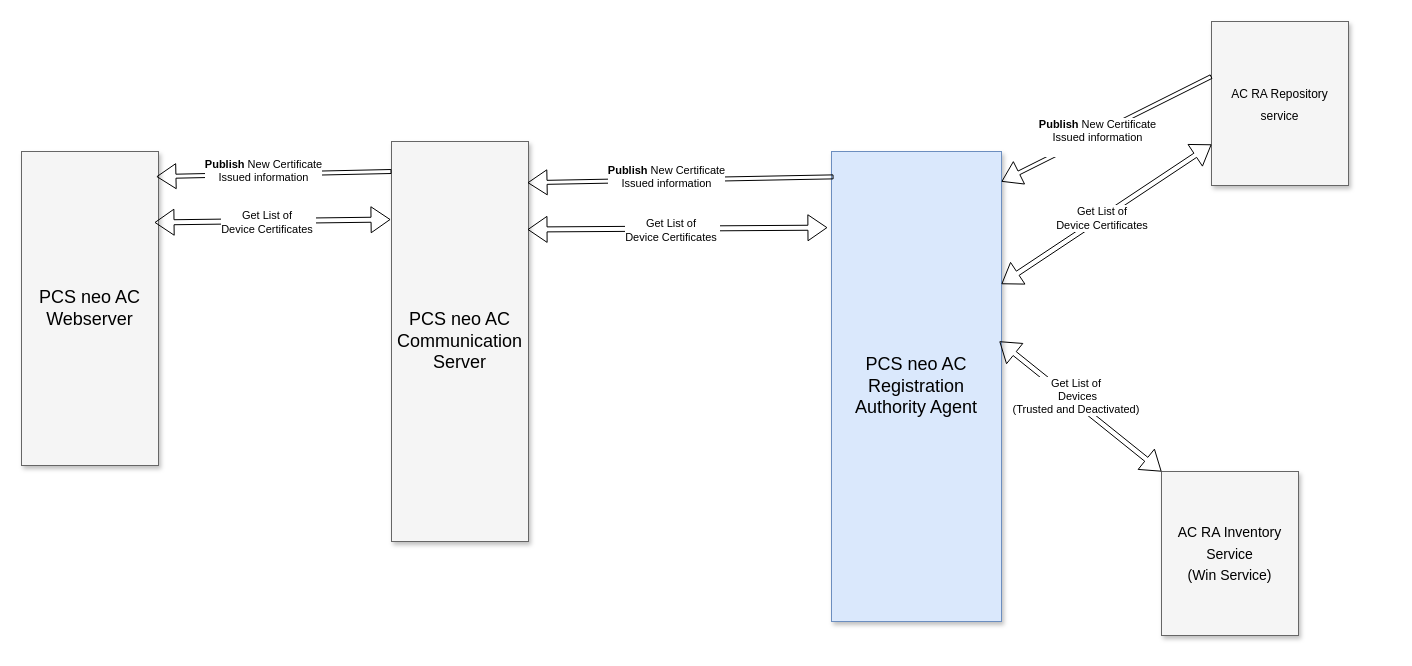
Earlier version of the draw.io diagram PCS neo AC RA Agent.drawio (kcprad/PersonalProject). Source tidied: cells renumbered, new cells numbered last; positions are measured from the earlier drawing's top-left corner, leaving out a move shared by most shapes. Both pictures are drawn from the tidied source at 100%, with x=0, y=0 at pixel (21, 21).
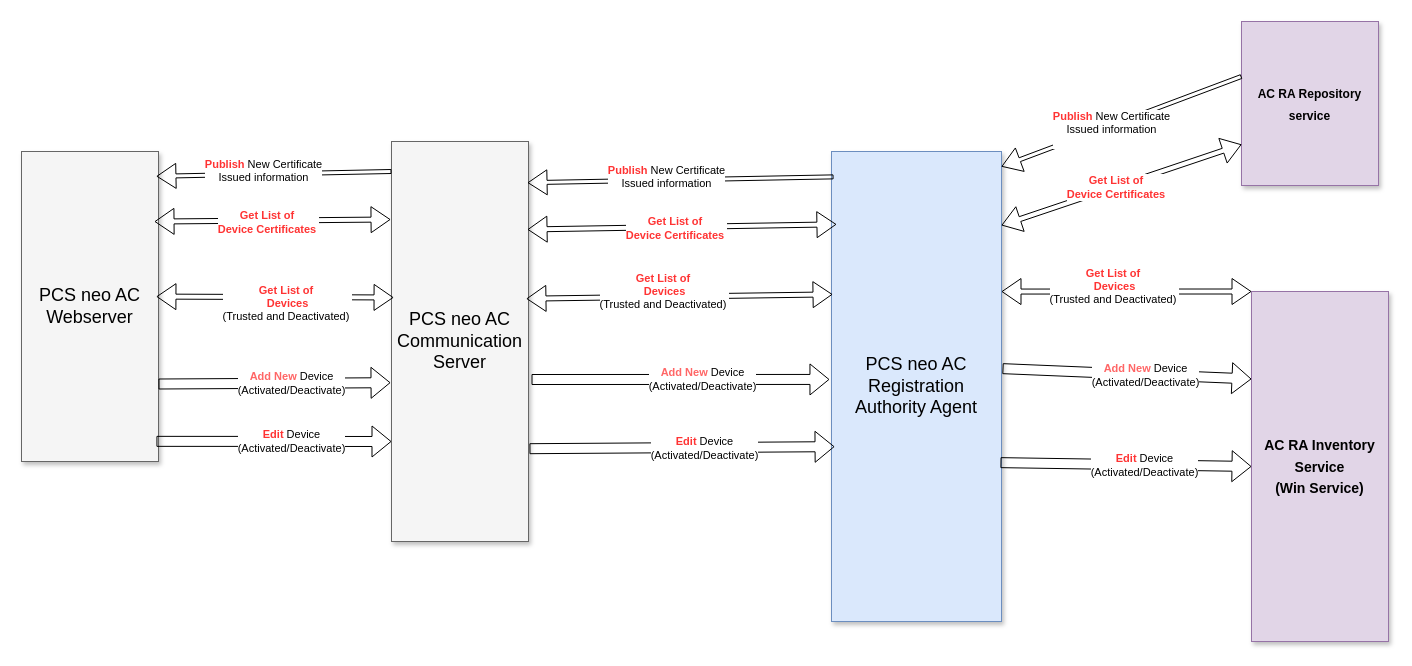
After the change.

Unchanged cells that the change refers to:
```xml
<mxCell id="2" value="PCS neo AC Registration Authority Agent" style="whiteSpace=wrap;html=1;shadow=1;fontSize=18;fillColor=#dae8fc;strokeColor=#6c8ebf;" parent="1" vertex="1">
  <mxGeometry x="810" y="130" width="170" height="470" as="geometry" />
</mxCell>
<mxCell id="3" value="PCS neo AC Communication Server" style="whiteSpace=wrap;html=1;shadow=1;fontSize=18;fillColor=#f5f5f5;strokeColor=#666666;" parent="1" vertex="1">
  <mxGeometry x="370" y="120" width="137" height="400" as="geometry" />
</mxCell>
<mxCell id="7" style="shape=flexArrow;endArrow=classic;html=1;rounded=0;entryX=0.993;entryY=0.103;entryDx=0;entryDy=0;exitX=0.012;exitY=0.054;exitDx=0;exitDy=0;exitPerimeter=0;entryPerimeter=0;width=4;" parent="1" edge="1" source="2" target="3">
  <mxGeometry relative="1" as="geometry" />
</mxCell>
<mxCell id="9" style="shape=flexArrow;endArrow=classic;html=1;rounded=0;entryX=0.985;entryY=0.08;entryDx=0;entryDy=0;entryPerimeter=0;width=4;" parent="1" edge="1" target="6">
  <mxGeometry relative="1" as="geometry">
    <mxPoint x="370" y="150" as="sourcePoint" />
  </mxGeometry>
</mxCell>
<mxCell id="17" style="shape=flexArrow;endArrow=classic;startArrow=classic;html=1;rounded=0;exitX=0.971;exitY=0.226;exitDx=0;exitDy=0;width=5;entryX=-0.007;entryY=0.195;entryDx=0;entryDy=0;exitPerimeter=0;entryPerimeter=0;" parent="1" edge="1" source="6" target="3">
  <mxGeometry relative="1" as="geometry" />
</mxCell>
```

The edit, as a diff of the source:
```diff
@@
-    <mxCell id="4" value="&lt;span style=&quot;font-size: 12px; text-wrap-mode: nowrap;&quot;&gt;AC RA Repository&lt;/span&gt;&lt;br style=&quot;padding: 0px; margin: 0px; font-size: 12px; text-wrap-mode: nowrap;&quot;&gt;&lt;span style=&quot;font-size: 12px; text-wrap-mode: nowrap;&quot;&gt;service&lt;/span&gt;" style="whiteSpace=wrap;html=1;shadow=1;fontSize=18;fillColor=#f5f5f5;strokeColor=#666666;" parent="1" vertex="1">
-      <mxGeometry x="1190" width="137" height="164" as="geometry" />
+    <mxCell id="4" value="&lt;b&gt;&lt;span style=&quot;font-size: 12px; text-wrap-mode: nowrap;&quot;&gt;AC RA Repository&lt;/span&gt;&lt;br style=&quot;padding: 0px; margin: 0px; font-size: 12px; text-wrap-mode: nowrap;&quot;&gt;&lt;span style=&quot;font-size: 12px; text-wrap-mode: nowrap;&quot;&gt;service&lt;/span&gt;&lt;/b&gt;" style="whiteSpace=wrap;html=1;shadow=1;fontSize=18;fillColor=#e1d5e7;strokeColor=#9673a6;" parent="1" vertex="1">
+      <mxGeometry x="1220" width="137" height="164" as="geometry" />
     </mxCell>
-    <mxCell id="5" value="&lt;div&gt;&lt;font style=&quot;font-size: 14px;&quot;&gt;AC RA Inventory Service&lt;/font&gt;&lt;/div&gt;&lt;div&gt;&lt;font style=&quot;font-size: 14px;&quot;&gt;(Win Service)&lt;/font&gt;&lt;/div&gt;" style="whiteSpace=wrap;html=1;shadow=1;fontSize=18;fillColor=#f5f5f5;strokeColor=#666666;" parent="1" vertex="1">
-      <mxGeometry x="1140" y="450" width="137" height="164" as="geometry" />
+    <mxCell id="5" value="&lt;div&gt;&lt;font style=&quot;font-size: 14px;&quot;&gt;&lt;b&gt;AC RA Inventory Service&lt;/b&gt;&lt;/font&gt;&lt;/div&gt;&lt;div&gt;&lt;font style=&quot;font-size: 14px;&quot;&gt;&lt;b&gt;(Win Service)&lt;/b&gt;&lt;/font&gt;&lt;/div&gt;" style="whiteSpace=wrap;html=1;shadow=1;fontSize=18;fillColor=#e1d5e7;strokeColor=#9673a6;" parent="1" vertex="1">
+      <mxGeometry x="1230" y="270" width="137" height="350" as="geometry" />
     </mxCell>
     <mxCell id="6" value="PCS neo AC Webserver" style="whiteSpace=wrap;html=1;shadow=1;fontSize=18;fillColor=#f5f5f5;strokeColor=#666666;" parent="1" vertex="1">
-      <mxGeometry y="130" width="137" height="314" as="geometry" />
+      <mxGeometry y="130" width="137" height="310" as="geometry" />
     </mxCell>
@@
-    <mxCell id="8" value="&lt;b&gt;Publish &lt;/b&gt;New Certificate&lt;div&gt;Issued information&lt;br&gt;&lt;div&gt;&lt;br&gt;&lt;/div&gt;&lt;/div&gt;" style="edgeLabel;html=1;align=center;verticalAlign=middle;" parent="7" vertex="1">
+    <mxCell id="8" value="&lt;div&gt;&lt;div&gt;&lt;b&gt;&lt;font style=&quot;color: rgb(255, 51, 51);&quot;&gt;Publish&amp;nbsp;&lt;/font&gt;&lt;/b&gt;New Certificate&lt;div&gt;Issued information&lt;br&gt;&lt;div&gt;&lt;br&gt;&lt;/div&gt;&lt;/div&gt;&lt;/div&gt;&lt;/div&gt;" style="edgeLabel;html=1;align=center;verticalAlign=middle;" parent="7" vertex="1">
       <mxGeometry x="0.1" y="3" relative="1" as="geometry" />
     </mxCell>
@@
-    <mxCell id="10" value="&lt;b&gt;Publish &lt;/b&gt;New Certificate&lt;div&gt;Issued information&lt;br&gt;&lt;div&gt;&lt;br&gt;&lt;/div&gt;&lt;/div&gt;" style="edgeLabel;html=1;align=center;verticalAlign=middle;" parent="9" vertex="1">
+    <mxCell id="10" value="&lt;b&gt;&lt;font style=&quot;color: rgb(255, 51, 51);&quot;&gt;Publish &lt;/font&gt;&lt;/b&gt;New Certificate&lt;div&gt;Issued information&lt;br&gt;&lt;div&gt;&lt;br&gt;&lt;/div&gt;&lt;/div&gt;" style="edgeLabel;html=1;align=center;verticalAlign=middle;" parent="9" vertex="1">
       <mxGeometry x="0.1" y="3" relative="1" as="geometry" />
     </mxCell>
-    <mxCell id="11" style="shape=flexArrow;endArrow=classic;html=1;rounded=0;exitX=0;exitY=0.335;exitDx=0;exitDy=0;exitPerimeter=0;width=4;entryX=1;entryY=0.064;entryDx=0;entryDy=0;entryPerimeter=0;" parent="1" edge="1" source="4" target="2">
+    <mxCell id="11" style="shape=flexArrow;endArrow=classic;html=1;rounded=0;exitX=0;exitY=0.335;exitDx=0;exitDy=0;exitPerimeter=0;width=4;entryX=1;entryY=0.032;entryDx=0;entryDy=0;entryPerimeter=0;" parent="1" edge="1" source="4" target="2">
       <mxGeometry relative="1" as="geometry" />
     </mxCell>
-    <mxCell id="12" value="&lt;b&gt;Publish &lt;/b&gt;New Certificate&lt;div&gt;Issued information&lt;br&gt;&lt;div&gt;&lt;br&gt;&lt;/div&gt;&lt;/div&gt;" style="edgeLabel;html=1;align=center;verticalAlign=middle;" parent="11" vertex="1">
+    <mxCell id="12" value="&lt;div&gt;&lt;div&gt;&lt;b&gt;&lt;font style=&quot;color: rgb(255, 51, 51);&quot;&gt;Publish&amp;nbsp;&lt;/font&gt;&lt;/b&gt;New Certificate&lt;div&gt;Issued information&lt;br&gt;&lt;div&gt;&lt;br&gt;&lt;/div&gt;&lt;/div&gt;&lt;/div&gt;&lt;/div&gt;" style="edgeLabel;html=1;align=center;verticalAlign=middle;" parent="11" vertex="1">
       <mxGeometry x="0.1" y="3" relative="1" as="geometry" />
     </mxCell>
-    <mxCell id="13" style="shape=flexArrow;endArrow=classic;startArrow=classic;html=1;rounded=0;exitX=1;exitY=0.282;exitDx=0;exitDy=0;exitPerimeter=0;width=5;entryX=0;entryY=0.75;entryDx=0;entryDy=0;" parent="1" edge="1" source="2" target="4">
+    <mxCell id="13" style="shape=flexArrow;endArrow=classic;startArrow=classic;html=1;rounded=0;exitX=1;exitY=0.157;exitDx=0;exitDy=0;exitPerimeter=0;width=5;entryX=0;entryY=0.75;entryDx=0;entryDy=0;" parent="1" edge="1" source="2" target="4">
       <mxGeometry relative="1" as="geometry" />
     </mxCell>
-    <mxCell id="14" value="Get List of&amp;nbsp;&lt;div&gt;Device Certificates&amp;nbsp;&lt;/div&gt;" style="edgeLabel;html=1;align=center;verticalAlign=middle;" parent="13" vertex="1">
+    <mxCell id="14" value="&lt;b&gt;&lt;font style=&quot;color: rgb(255, 51, 51);&quot;&gt;Get List of&amp;nbsp;&lt;/font&gt;&lt;/b&gt;&lt;div&gt;&lt;b&gt;&lt;font style=&quot;color: rgb(255, 51, 51);&quot;&gt;Device Certificates&amp;nbsp;&lt;/font&gt;&lt;/b&gt;&lt;/div&gt;" style="edgeLabel;html=1;align=center;verticalAlign=middle;" parent="13" vertex="1">
       <mxGeometry x="-0.04" y="-1" relative="1" as="geometry" />
     </mxCell>
-    <mxCell id="15" style="shape=flexArrow;endArrow=classic;startArrow=classic;html=1;rounded=0;exitX=0.993;exitY=0.22;exitDx=0;exitDy=0;width=5;entryX=-0.024;entryY=0.162;entryDx=0;entryDy=0;entryPerimeter=0;exitPerimeter=0;" parent="1" edge="1" source="3" target="2">
+    <mxCell id="15" style="shape=flexArrow;endArrow=classic;startArrow=classic;html=1;rounded=0;exitX=0.993;exitY=0.22;exitDx=0;exitDy=0;width=5;entryX=0.029;entryY=0.155;entryDx=0;entryDy=0;entryPerimeter=0;exitPerimeter=0;" parent="1" edge="1" source="3" target="2">
       <mxGeometry relative="1" as="geometry" />
     </mxCell>
-    <mxCell id="16" value="Get List of&amp;nbsp;&lt;div&gt;Device Certificates&amp;nbsp;&lt;/div&gt;" style="edgeLabel;html=1;align=center;verticalAlign=middle;" parent="15" vertex="1">
+    <mxCell id="16" value="&lt;b&gt;&lt;font style=&quot;color: rgb(255, 51, 51);&quot;&gt;Get List of&amp;nbsp;&lt;/font&gt;&lt;/b&gt;&lt;div&gt;&lt;b&gt;&lt;font style=&quot;color: rgb(255, 51, 51);&quot;&gt;Device Certificates&amp;nbsp;&lt;/font&gt;&lt;/b&gt;&lt;/div&gt;" style="edgeLabel;html=1;align=center;verticalAlign=middle;" parent="15" vertex="1">
       <mxGeometry x="-0.04" y="-1" relative="1" as="geometry" />
     </mxCell>
@@
-    <mxCell id="18" value="Get List of&amp;nbsp;&lt;div&gt;Device Certificates&amp;nbsp;&lt;/div&gt;" style="edgeLabel;html=1;align=center;verticalAlign=middle;" parent="17" vertex="1">
+    <mxCell id="18" value="&lt;b&gt;&lt;font style=&quot;color: rgb(255, 51, 51);&quot;&gt;Get List of&amp;nbsp;&lt;/font&gt;&lt;/b&gt;&lt;div&gt;&lt;b&gt;&lt;font style=&quot;color: rgb(255, 51, 51);&quot;&gt;Device Certificates&amp;nbsp;&lt;/font&gt;&lt;/b&gt;&lt;/div&gt;" style="edgeLabel;html=1;align=center;verticalAlign=middle;" parent="17" vertex="1">
       <mxGeometry x="-0.04" y="-1" relative="1" as="geometry" />
     </mxCell>
-    <mxCell id="19" style="shape=flexArrow;endArrow=classic;startArrow=classic;html=1;rounded=0;exitX=0.988;exitY=0.404;exitDx=0;exitDy=0;exitPerimeter=0;width=5;entryX=0;entryY=0;entryDx=0;entryDy=0;" parent="1" edge="1" source="2" target="5">
+    <mxCell id="19" style="shape=flexArrow;endArrow=classic;startArrow=classic;html=1;rounded=0;exitX=1;exitY=0.298;exitDx=0;exitDy=0;exitPerimeter=0;width=5;entryX=0;entryY=0;entryDx=0;entryDy=0;" parent="1" edge="1" source="2" target="5">
       <mxGeometry relative="1" as="geometry" />
     </mxCell>
@@
-    <mxCell id="21" value="Get List of&amp;nbsp;&lt;div&gt;Devices&lt;/div&gt;&lt;div&gt;(Trusted and Deactivated)&amp;nbsp;&lt;/div&gt;" style="edgeLabel;html=1;align=center;verticalAlign=middle;" parent="19" vertex="1">
+    <mxCell id="21" value="&lt;b&gt;&lt;font style=&quot;color: rgb(255, 51, 51);&quot;&gt;Get List of&amp;nbsp;&lt;/font&gt;&lt;/b&gt;&lt;div&gt;&lt;b&gt;&lt;font style=&quot;color: rgb(255, 51, 51);&quot;&gt;Devices&lt;/font&gt;&lt;/b&gt;&lt;/div&gt;&lt;div&gt;(Trusted and Deactivated)&amp;nbsp;&lt;/div&gt;" style="edgeLabel;html=1;align=center;verticalAlign=middle;" parent="19" vertex="1">
       <mxGeometry x="-0.1" y="6" relative="1" as="geometry" />
     </mxCell>
+    <mxCell id="22" style="shape=flexArrow;endArrow=classic;startArrow=classic;html=1;rounded=0;width=5;entryX=0.006;entryY=0.304;entryDx=0;entryDy=0;entryPerimeter=0;exitX=0.985;exitY=0.393;exitDx=0;exitDy=0;exitPerimeter=0;" parent="1" edge="1" source="3" target="2">
+      <mxGeometry relative="1" as="geometry" />
+    </mxCell>
+    <mxCell id="23" style="edgeLabel;html=1;align=center;verticalAlign=middle;" parent="22" vertex="1">
+      <mxGeometry x="-0.08" y="4" relative="1" as="geometry" />
+    </mxCell>
+    <mxCell id="24" value="&lt;b&gt;&lt;font style=&quot;color: rgb(255, 51, 51);&quot;&gt;Get List of&amp;nbsp;&lt;/font&gt;&lt;/b&gt;&lt;div&gt;&lt;b&gt;&lt;font style=&quot;color: rgb(255, 51, 51);&quot;&gt;Devices&lt;/font&gt;&lt;/b&gt;&lt;/div&gt;&lt;div&gt;(Trusted and Deactivated)&amp;nbsp;&lt;/div&gt;" style="edgeLabel;html=1;align=center;verticalAlign=middle;" parent="22" vertex="1">
+      <mxGeometry x="-0.1" y="6" relative="1" as="geometry" />
+    </mxCell>
+    <mxCell id="25" style="shape=flexArrow;endArrow=classic;startArrow=classic;html=1;rounded=0;width=5;entryX=0.985;entryY=0.468;entryDx=0;entryDy=0;entryPerimeter=0;exitX=0.015;exitY=0.39;exitDx=0;exitDy=0;exitPerimeter=0;" parent="1" edge="1" source="3" target="6">
+      <mxGeometry relative="1" as="geometry" />
+    </mxCell>
+    <mxCell id="26" style="edgeLabel;html=1;align=center;verticalAlign=middle;" parent="25" vertex="1">
+      <mxGeometry x="-0.08" y="4" relative="1" as="geometry" />
+    </mxCell>
+    <mxCell id="27" value="&lt;b&gt;&lt;font style=&quot;color: rgb(255, 51, 51);&quot;&gt;Get List of&amp;nbsp;&lt;/font&gt;&lt;/b&gt;&lt;div&gt;&lt;b&gt;&lt;font style=&quot;color: rgb(255, 51, 51);&quot;&gt;Devices&lt;/font&gt;&lt;/b&gt;&lt;/div&gt;&lt;div&gt;(Trusted and Deactivated)&amp;nbsp;&lt;/div&gt;" style="edgeLabel;html=1;align=center;verticalAlign=middle;" parent="25" vertex="1">
+      <mxGeometry x="-0.1" y="6" relative="1" as="geometry" />
+    </mxCell>
+    <mxCell id="28" style="shape=flexArrow;endArrow=classic;html=1;rounded=0;entryX=-0.007;entryY=0.603;entryDx=0;entryDy=0;entryPerimeter=0;exitX=1;exitY=0.75;exitDx=0;exitDy=0;strokeWidth=1;" parent="1" edge="1" source="6" target="3">
+      <mxGeometry relative="1" as="geometry" />
+    </mxCell>
+    <mxCell id="29" value="&lt;b&gt;&lt;font style=&quot;color: rgb(255, 102, 102);&quot;&gt;Add New&lt;/font&gt;&lt;/b&gt; Device&lt;div&gt;(Activated/Deactivate)&lt;/div&gt;" style="edgeLabel;html=1;align=center;verticalAlign=middle;" parent="28" vertex="1">
+      <mxGeometry x="0.15" relative="1" as="geometry" />
+    </mxCell>
+    <mxCell id="30" style="shape=flexArrow;endArrow=classic;html=1;rounded=0;entryX=-0.012;entryY=0.485;entryDx=0;entryDy=0;entryPerimeter=0;strokeWidth=1;" parent="1" edge="1" target="2">
+      <mxGeometry relative="1" as="geometry">
+        <mxPoint x="510" y="358" as="sourcePoint" />
+      </mxGeometry>
+    </mxCell>
+    <mxCell id="31" value="&lt;b&gt;&lt;font style=&quot;color: rgb(255, 102, 102);&quot;&gt;Add New&lt;/font&gt;&lt;/b&gt;&amp;nbsp;Device&lt;div&gt;(Activated/Deactivate)&lt;/div&gt;" style="edgeLabel;html=1;align=center;verticalAlign=middle;" parent="30" vertex="1">
+      <mxGeometry x="0.15" relative="1" as="geometry" />
+    </mxCell>
+    <mxCell id="32" style="shape=flexArrow;endArrow=classic;html=1;rounded=0;strokeWidth=1;exitX=1.006;exitY=0.462;exitDx=0;exitDy=0;exitPerimeter=0;entryX=0;entryY=0.25;entryDx=0;entryDy=0;" parent="1" edge="1" source="2" target="5">
+      <mxGeometry relative="1" as="geometry" />
+    </mxCell>
+    <mxCell id="33" value="&lt;b&gt;&lt;font style=&quot;color: rgb(255, 102, 102);&quot;&gt;Add New&lt;/font&gt;&lt;/b&gt;&amp;nbsp;Device&lt;div&gt;(Activated/Deactivate)&lt;/div&gt;" style="edgeLabel;html=1;align=center;verticalAlign=middle;" parent="32" vertex="1">
+      <mxGeometry x="0.15" relative="1" as="geometry" />
+    </mxCell>
+    <mxCell id="34" style="shape=flexArrow;endArrow=classic;html=1;rounded=0;entryX=0;entryY=0.75;entryDx=0;entryDy=0;exitX=0.985;exitY=0.935;exitDx=0;exitDy=0;strokeWidth=1;exitPerimeter=0;" parent="1" edge="1" source="6" target="3">
+      <mxGeometry relative="1" as="geometry" />
+    </mxCell>
+    <mxCell id="35" value="&lt;b&gt;&lt;font style=&quot;color: rgb(255, 51, 51);&quot;&gt;Edit &lt;/font&gt;&lt;/b&gt;Device&lt;div&gt;(Activated/Deactivate)&lt;/div&gt;" style="edgeLabel;html=1;align=center;verticalAlign=middle;" parent="34" vertex="1">
+      <mxGeometry x="0.15" relative="1" as="geometry" />
+    </mxCell>
+    <mxCell id="36" style="shape=flexArrow;endArrow=classic;html=1;rounded=0;entryX=0.018;entryY=0.628;entryDx=0;entryDy=0;exitX=1.007;exitY=0.768;exitDx=0;exitDy=0;strokeWidth=1;exitPerimeter=0;entryPerimeter=0;" parent="1" edge="1" source="3" target="2">
+      <mxGeometry relative="1" as="geometry" />
+    </mxCell>
+    <mxCell id="37" value="&lt;b&gt;&lt;font style=&quot;color: rgb(255, 51, 51);&quot;&gt;Edit &lt;/font&gt;&lt;/b&gt;Device&lt;div&gt;(Activated/Deactivate)&lt;/div&gt;" style="edgeLabel;html=1;align=center;verticalAlign=middle;" parent="36" vertex="1">
+      <mxGeometry x="0.15" relative="1" as="geometry" />
+    </mxCell>
+    <mxCell id="38" style="shape=flexArrow;endArrow=classic;html=1;rounded=0;exitX=0.994;exitY=0.662;exitDx=0;exitDy=0;strokeWidth=1;exitPerimeter=0;entryX=0;entryY=0.5;entryDx=0;entryDy=0;" parent="1" edge="1" source="2" target="5">
+      <mxGeometry relative="1" as="geometry" />
+    </mxCell>
+    <mxCell id="39" value="&lt;b&gt;&lt;font style=&quot;color: rgb(255, 51, 51);&quot;&gt;Edit &lt;/font&gt;&lt;/b&gt;Device&lt;div&gt;(Activated/Deactivate)&lt;/div&gt;" style="edgeLabel;html=1;align=center;verticalAlign=middle;" parent="38" vertex="1">
+      <mxGeometry x="0.15" relative="1" as="geometry" />
+    </mxCell>
```
